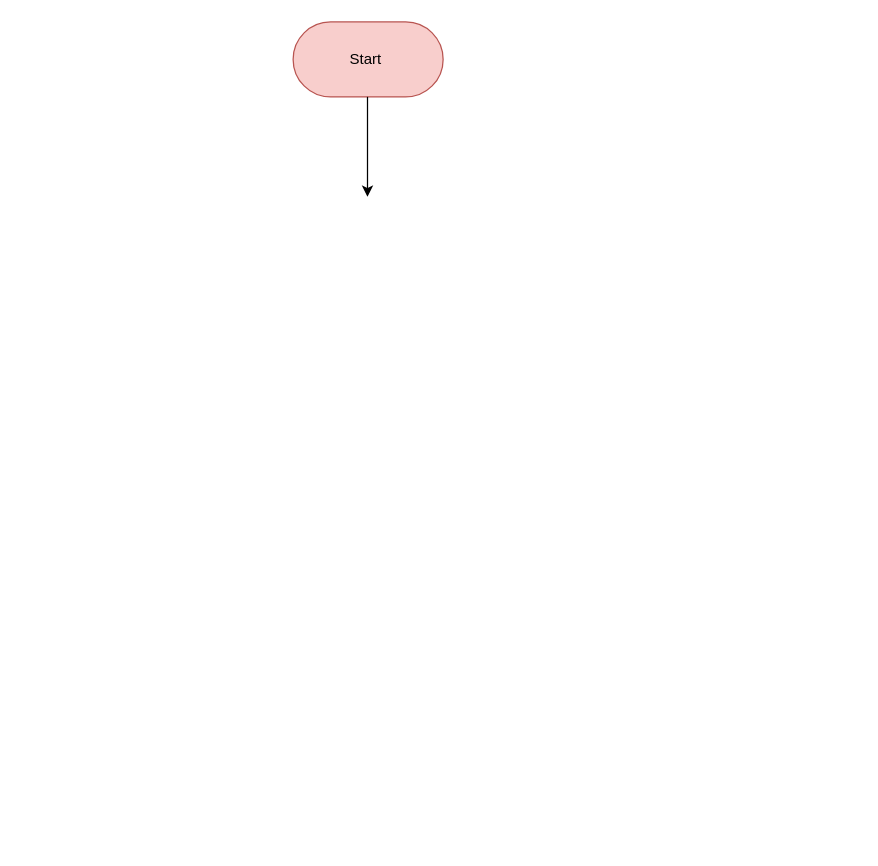
The draw.io diagram ALXSE02.drawio in mayonorris/Final-Project, before the edit. Source tidied: cells renumbered, new cells numbered last; positions are measured from the earlier drawing's top-left corner, leaving out a move shared by most shapes. Both pictures are drawn from the tidied source at 125%, with x=0, y=0 at pixel (292, 21).
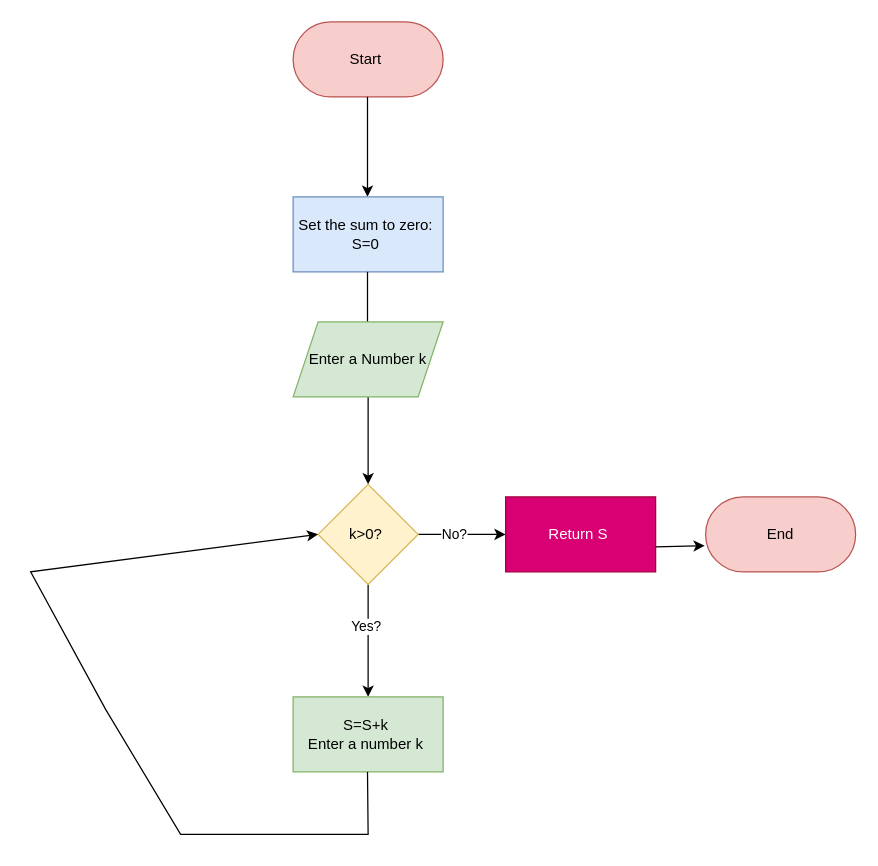
Above is the later version.

Commit message (it also covers changes not shown here):
Mettre à jour ALXSE02.drawio

Diff of the diagram source:
```diff
@@
+    <mxCell id="4" value="Set the sum to zero:&amp;nbsp;&lt;br&gt;S=0&amp;nbsp;" style="rounded=0;whiteSpace=wrap;html=1;fillColor=#dae8fc;strokeColor=#6c8ebf;" parent="1" vertex="1">
+      <mxGeometry y="140" width="120" height="60" as="geometry" />
+    </mxCell>
+    <mxCell id="5" style="endArrow=classic;html=1;rounded=0;" parent="1" edge="1">
+      <mxGeometry relative="1" as="geometry">
+        <mxPoint x="59.5" y="200" as="sourcePoint" />
+        <mxPoint x="59.5" y="280" as="targetPoint" />
+      </mxGeometry>
+    </mxCell>
+    <mxCell id="6" style="edgeStyle=orthogonalEdgeStyle;rounded=0;jettySize=auto;html=1;" parent="1" edge="1" source="7" target="12">
+      <mxGeometry relative="1" as="geometry" />
+    </mxCell>
+    <mxCell id="7" value="Enter a Number k" style="shape=parallelogram;perimeter=parallelogramPerimeter;whiteSpace=wrap;html=1;fixedSize=1;fillColor=#d5e8d4;strokeColor=#82b366;" parent="1" vertex="1">
+      <mxGeometry y="240" width="120" height="60" as="geometry" />
+    </mxCell>
+    <mxCell id="8" style="edgeStyle=orthogonalEdgeStyle;rounded=0;jettySize=auto;html=1;" parent="1" edge="1" source="12">
+      <mxGeometry relative="1" as="geometry">
+        <mxPoint x="170" y="410" as="targetPoint" />
+      </mxGeometry>
+    </mxCell>
+    <mxCell id="9" value="No?" style="edgeLabel;html=1;align=center;verticalAlign=middle;" parent="8" vertex="1">
+      <mxGeometry x="-0.21" y="1" relative="1" as="geometry" />
+    </mxCell>
+    <mxCell id="10" style="edgeStyle=orthogonalEdgeStyle;rounded=0;jettySize=auto;html=1;" parent="1" edge="1" source="12" target="13">
+      <mxGeometry relative="1" as="geometry" />
+    </mxCell>
+    <mxCell id="11" value="Yes?&amp;nbsp;" style="edgeLabel;html=1;align=center;verticalAlign=middle;" parent="10" vertex="1">
+      <mxGeometry x="-0.27" y="-1" relative="1" as="geometry" />
+    </mxCell>
+    <mxCell id="12" value="k&amp;gt;0?&amp;nbsp;" style="rhombus;whiteSpace=wrap;html=1;fillColor=#fff2cc;strokeColor=#d6b656;" parent="1" vertex="1">
+      <mxGeometry x="20" y="370" width="80" height="80" as="geometry" />
+    </mxCell>
+    <mxCell id="13" value="S=S+k&amp;nbsp;&lt;br&gt;Enter a number k&amp;nbsp;" style="whiteSpace=wrap;html=1;fillColor=#d5e8d4;strokeColor=#82b366;" parent="1" vertex="1">
+      <mxGeometry y="540" width="120" height="60" as="geometry" />
+    </mxCell>
+    <mxCell id="14" style="endArrow=classic;html=1;rounded=0;entryX=0;entryY=0.5;entryDx=0;entryDy=0;" parent="1" edge="1" target="12">
+      <mxGeometry relative="1" as="geometry">
+        <mxPoint x="59.5" y="600" as="sourcePoint" />
+        <Array as="points">
+          <mxPoint x="60" y="650" />
+          <mxPoint x="-90" y="650" />
+          <mxPoint x="-150" y="550" />
+          <mxPoint x="-210" y="440" />
+        </Array>
+      </mxGeometry>
+    </mxCell>
+    <mxCell id="15" value="Return S&amp;nbsp;" style="rounded=0;whiteSpace=wrap;html=1;fillColor=#d80073;fontColor=#ffffff;strokeColor=#A50040;" parent="1" vertex="1">
+      <mxGeometry x="170" y="380" width="120" height="60" as="geometry" />
+    </mxCell>
+    <mxCell id="16" value="End" style="rounded=1;whiteSpace=wrap;html=1;arcSize=50;fillColor=#f8cecc;strokeColor=#b85450;" parent="1" vertex="1">
+      <mxGeometry x="330" y="380" width="120" height="60" as="geometry" />
+    </mxCell>
+    <mxCell id="17" style="endArrow=classic;html=1;rounded=0;entryX=-0.006;entryY=0.65;entryDx=0;entryDy=0;entryPerimeter=0;" parent="1" edge="1" target="16">
+      <mxGeometry relative="1" as="geometry">
+        <mxPoint x="290" y="420" as="sourcePoint" />
+      </mxGeometry>
+    </mxCell>
```
